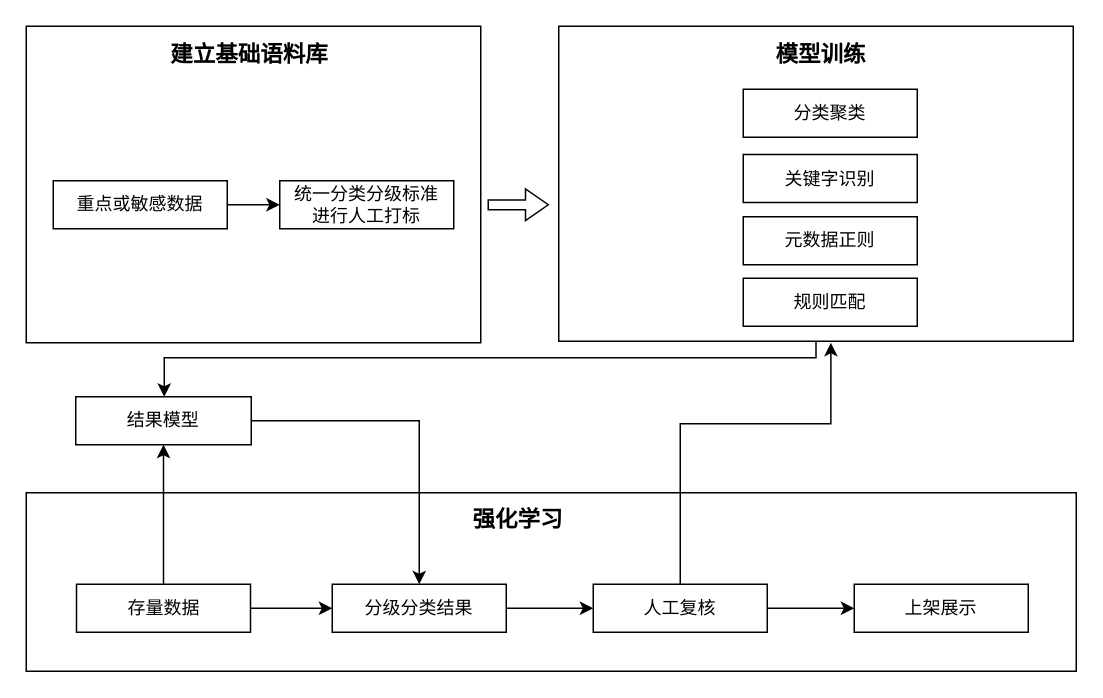
This is 数据安全.drawio from ZhangChaoZhong/draw, a draw.io file, before an edit. Source tidied: cells renumbered, new cells numbered last; positions are measured from the earlier drawing's top-left corner, leaving out a move shared by most shapes. Both pictures are drawn from the tidied source at 150%, with x=0, y=0 at pixel (26, 26).
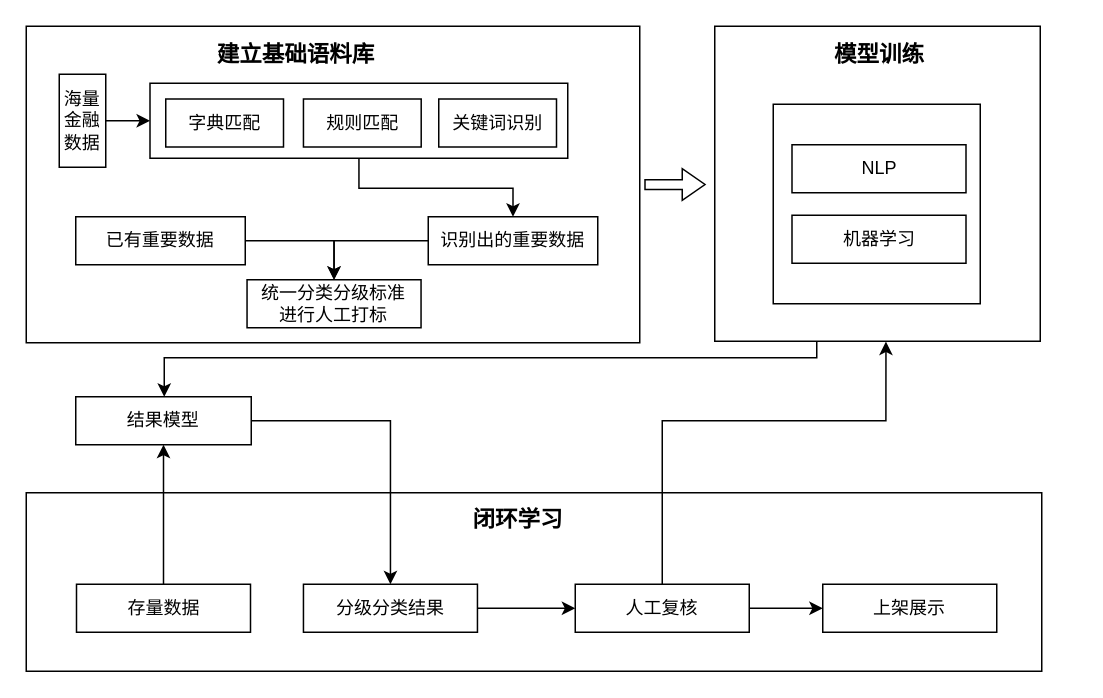
Above is the later version.

Commit message:
更新数据安全.drawio

Unchanged cells that the change refers to:
```xml
<mxCell id="16" value="存量数据" style="rounded=0;whiteSpace=wrap;html=1;" parent="1" vertex="1">
  <mxGeometry x="33.5" y="372" width="116" height="32" as="geometry" />
</mxCell>
```

The edit, as a diff of the source:
```diff
@@
     <mxCell id="2" style="rounded=0;whiteSpace=wrap;html=1;" parent="1" vertex="1">
-      <mxGeometry y="311" width="700" height="119" as="geometry" />
+      <mxGeometry y="311" width="677" height="119" as="geometry" />
     </mxCell>
     <mxCell id="3" style="rounded=0;whiteSpace=wrap;html=1;" parent="1" vertex="1">
-      <mxGeometry width="303" height="211" as="geometry" />
+      <mxGeometry width="409" height="211" as="geometry" />
     </mxCell>
-    <mxCell id="4" style="edgeStyle=orthogonalEdgeStyle;rounded=0;jettySize=auto;html=1;" parent="1" edge="1" source="5" target="7">
-      <mxGeometry relative="1" as="geometry" />
-    </mxCell>
+    <mxCell id="29" style="edgeStyle=orthogonalEdgeStyle;rounded=0;jettySize=auto;html=1;entryX=0;entryY=0.5;entryDx=0;entryDy=0;" parent="1" edge="1" source="5" target="31">
+      <mxGeometry relative="1" as="geometry" />
+    </mxCell>
-    <mxCell id="5" value="重点或敏感数据" style="rounded=0;whiteSpace=wrap;html=1;" parent="1" vertex="1">
-      <mxGeometry x="18" y="103" width="116" height="32" as="geometry" />
+    <mxCell id="5" value="海量金融数据" style="rounded=0;whiteSpace=wrap;html=1;" parent="1" vertex="1">
+      <mxGeometry x="22" y="32" width="31" height="62" as="geometry" />
     </mxCell>
     <mxCell id="6" value="&lt;font size=&quot;1&quot;&gt;&lt;b style=&quot;font-size: 15px;&quot;&gt;建立基础语料库&lt;/b&gt;&lt;/font&gt;" style="rounded=0;whiteSpace=wrap;html=1;strokeColor=none;" parent="1" vertex="1">
-      <mxGeometry x="91" y="3" width="116" height="29" as="geometry" />
+      <mxGeometry x="122" y="3" width="116" height="29" as="geometry" />
     </mxCell>
     <mxCell id="7" value="&lt;div&gt;统一分类分级标准&lt;/div&gt;&lt;div&gt;进行人工打标&lt;/div&gt;" style="rounded=0;whiteSpace=wrap;html=1;" parent="1" vertex="1">
-      <mxGeometry x="169" y="103" width="116" height="32" as="geometry" />
+      <mxGeometry x="147.2" y="169" width="116" height="32" as="geometry" />
     </mxCell>
@@
     <mxCell id="9" value="人工复核" style="rounded=0;whiteSpace=wrap;html=1;" parent="1" vertex="1">
-      <mxGeometry x="378" y="372" width="116" height="32" as="geometry" />
+      <mxGeometry x="366" y="372" width="116" height="32" as="geometry" />
     </mxCell>
@@
     <mxCell id="11" value="分级分类结果" style="rounded=0;whiteSpace=wrap;html=1;" parent="1" vertex="1">
-      <mxGeometry x="204" y="372" width="116" height="32" as="geometry" />
+      <mxGeometry x="184.8" y="372" width="116" height="32" as="geometry" />
     </mxCell>
@@
-    <mxCell id="15" style="edgeStyle=orthogonalEdgeStyle;shape=connector;rounded=0;jettySize=auto;html=1;labelBackgroundColor=default;strokeColor=default;align=center;verticalAlign=middle;fontFamily=Helvetica;fontSize=11;fontColor=default;endArrow=classic;" parent="1" edge="1" source="16" target="11">
-      <mxGeometry relative="1" as="geometry" />
-    </mxCell>
@@
     <mxCell id="18" style="rounded=0;whiteSpace=wrap;html=1;" parent="1" vertex="1">
-      <mxGeometry x="355" width="343" height="210" as="geometry" />
+      <mxGeometry x="459" width="217" height="210" as="geometry" />
     </mxCell>
     <mxCell id="19" value="上架展示" style="rounded=0;whiteSpace=wrap;html=1;" parent="1" vertex="1">
-      <mxGeometry x="552" y="372" width="116" height="32" as="geometry" />
+      <mxGeometry x="531" y="372" width="116" height="32" as="geometry" />
     </mxCell>
     <mxCell id="20" value="&lt;font style=&quot;font-size: 15px;&quot;&gt;&lt;b&gt;模型训练&lt;br&gt;&lt;/b&gt;&lt;/font&gt;" style="rounded=0;whiteSpace=wrap;html=1;strokeColor=none;" parent="1" vertex="1">
-      <mxGeometry x="472" y="3" width="116" height="29" as="geometry" />
+      <mxGeometry x="510.5" y="3" width="116" height="29" as="geometry" />
     </mxCell>
-    <mxCell id="21" style="group;" parent="1" vertex="1">
-      <mxGeometry x="478" y="42" width="116" height="158" as="geometry" />
-    </mxCell>
+    <mxCell id="26" value="&lt;font style=&quot;font-size: 15px;&quot;&gt;&lt;b&gt;闭环学习&lt;br&gt;&lt;/b&gt;&lt;/font&gt;" style="rounded=0;whiteSpace=wrap;html=1;strokeColor=none;" parent="1" vertex="1">
+      <mxGeometry x="270" y="313" width="116" height="29" as="geometry" />
+    </mxCell>
+    <mxCell id="27" style="verticalLabelPosition=bottom;verticalAlign=top;html=1;strokeWidth=1;shape=mxgraph.arrows2.arrow;dy=0.69;dx=15.17;notch=0;" parent="1" vertex="1">
+      <mxGeometry x="412.5" y="95" width="40" height="21" as="geometry" />
+    </mxCell>
+    <mxCell id="30" style="edgeStyle=orthogonalEdgeStyle;rounded=0;jettySize=auto;html=1;entryX=0.5;entryY=0;entryDx=0;entryDy=0;" parent="1" edge="1" source="31" target="35">
+      <mxGeometry relative="1" as="geometry" />
+    </mxCell>
+    <mxCell id="31" style="rounded=0;whiteSpace=wrap;html=1;" parent="1" vertex="1">
+      <mxGeometry x="82.5" y="38" width="278.5" height="50" as="geometry" />
+    </mxCell>
-    <mxCell id="22" value="分类聚类" style="rounded=0;whiteSpace=wrap;html=1;" parent="21" vertex="1">
-      <mxGeometry width="116" height="32" as="geometry" />
+    <mxCell id="22" value="字典匹配" style="rounded=0;whiteSpace=wrap;html=1;" parent="1" vertex="1">
+      <mxGeometry x="93" y="48.5" width="78.5" height="32" as="geometry" />
     </mxCell>
+    <mxCell id="32" style="rounded=0;whiteSpace=wrap;html=1;" parent="1" vertex="1">
+      <mxGeometry x="498" y="52" width="138" height="133" as="geometry" />
+    </mxCell>
+    <mxCell id="25" value="NLP" style="rounded=0;whiteSpace=wrap;html=1;" parent="1" vertex="1">
+      <mxGeometry x="510.5" y="79" width="116" height="32" as="geometry" />
+    </mxCell>
-    <mxCell id="23" value="元数据正则" style="rounded=0;whiteSpace=wrap;html=1;" parent="21" vertex="1">
-      <mxGeometry y="85" width="116" height="32" as="geometry" />
+    <mxCell id="23" value="机器学习" style="rounded=0;whiteSpace=wrap;html=1;" parent="1" vertex="1">
+      <mxGeometry x="510.5" y="126" width="116" height="32" as="geometry" />
     </mxCell>
-    <mxCell id="24" value="规则匹配" style="rounded=0;whiteSpace=wrap;html=1;" parent="21" vertex="1">
-      <mxGeometry y="126" width="116" height="32" as="geometry" />
+    <mxCell id="24" value="规则匹配" style="rounded=0;whiteSpace=wrap;html=1;" parent="1" vertex="1">
+      <mxGeometry x="184.8" y="48.5" width="78.5" height="32" as="geometry" />
     </mxCell>
-    <mxCell id="25" value="关键字识别" style="rounded=0;whiteSpace=wrap;html=1;" parent="21" vertex="1">
-      <mxGeometry y="43.5" width="116" height="32" as="geometry" />
-    </mxCell>
-    <mxCell id="26" value="&lt;font style=&quot;font-size: 15px;&quot;&gt;&lt;b&gt;强化学习&lt;br&gt;&lt;/b&gt;&lt;/font&gt;" style="rounded=0;whiteSpace=wrap;html=1;strokeColor=none;" parent="1" vertex="1">
-      <mxGeometry x="270" y="313" width="116" height="29" as="geometry" />
-    </mxCell>
-    <mxCell id="27" style="verticalLabelPosition=bottom;verticalAlign=top;html=1;strokeWidth=1;shape=mxgraph.arrows2.arrow;dy=0.69;dx=15.17;notch=0;" parent="1" vertex="1">
-      <mxGeometry x="308" y="108.5" width="40" height="21" as="geometry" />
-    </mxCell>
+    <mxCell id="33" value="关键词识别" style="rounded=0;whiteSpace=wrap;html=1;" parent="1" vertex="1">
+      <mxGeometry x="275" y="48.5" width="78.5" height="32" as="geometry" />
+    </mxCell>
+    <mxCell id="34" style="edgeStyle=orthogonalEdgeStyle;rounded=0;jettySize=auto;html=1;entryX=0.5;entryY=0;entryDx=0;entryDy=0;" parent="1" edge="1" source="35" target="7">
+      <mxGeometry relative="1" as="geometry" />
+    </mxCell>
+    <mxCell id="35" value="&lt;div&gt;识别出的重要数据&lt;/div&gt;" style="rounded=0;whiteSpace=wrap;html=1;" parent="1" vertex="1">
+      <mxGeometry x="268" y="127" width="113" height="32" as="geometry" />
+    </mxCell>
+    <mxCell id="36" style="edgeStyle=orthogonalEdgeStyle;rounded=0;jettySize=auto;html=1;entryX=0.5;entryY=0;entryDx=0;entryDy=0;" parent="1" edge="1" source="37" target="7">
+      <mxGeometry relative="1" as="geometry" />
+    </mxCell>
+    <mxCell id="37" value="&lt;div&gt;已有重要数据&lt;/div&gt;" style="rounded=0;whiteSpace=wrap;html=1;" parent="1" vertex="1">
+      <mxGeometry x="33" y="127" width="113" height="32" as="geometry" />
+    </mxCell>
-    <mxCell id="28" style="edgeStyle=orthogonalEdgeStyle;shape=connector;rounded=0;jettySize=auto;html=1;entryX=0.529;entryY=1.005;entryDx=0;entryDy=0;entryPerimeter=0;labelBackgroundColor=default;strokeColor=default;align=center;verticalAlign=middle;fontFamily=Helvetica;fontSize=11;fontColor=default;endArrow=classic;" parent="1" edge="1" source="9" target="18">
+    <mxCell id="28" style="edgeStyle=orthogonalEdgeStyle;rounded=0;jettySize=auto;html=1;entryX=0.526;entryY=1.001;entryDx=0;entryDy=0;entryPerimeter=0;" parent="1" edge="1" source="9" target="18">
       <mxGeometry relative="1" as="geometry">
         <Array as="points">
-          <mxPoint x="436" y="265" />
-          <mxPoint x="536" y="265" />
+          <mxPoint x="424" y="263" />
+          <mxPoint x="573" y="263" />
         </Array>
       </mxGeometry>
     </mxCell>
```
